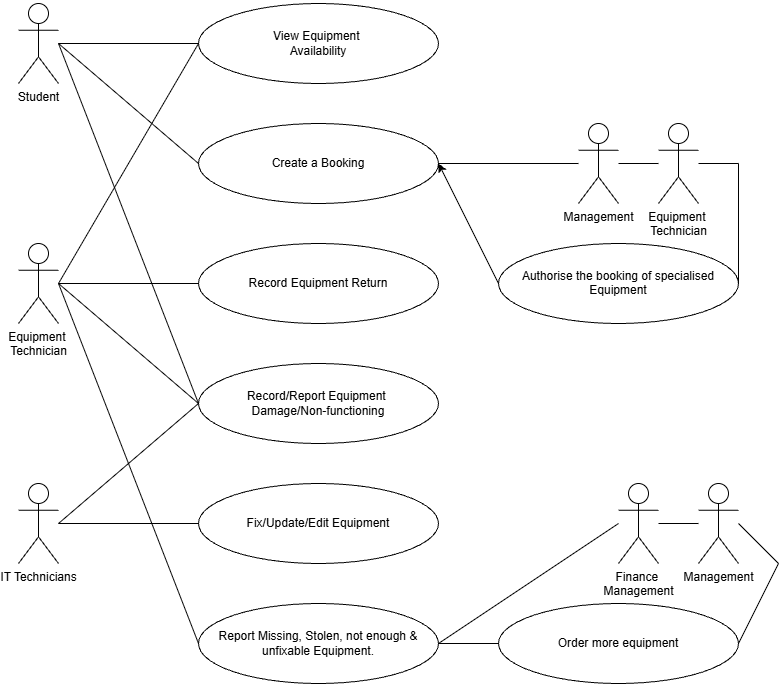
Brendan-OS/requirements-engineering-project keeps this draw.io diagram as Equipment-Booking-System-V2.png. Above is the earlier version. Source tidied: cells renumbered, new cells last; positions are measured from the earlier drawing's top-left corner, leaving out a move shared by most shapes.
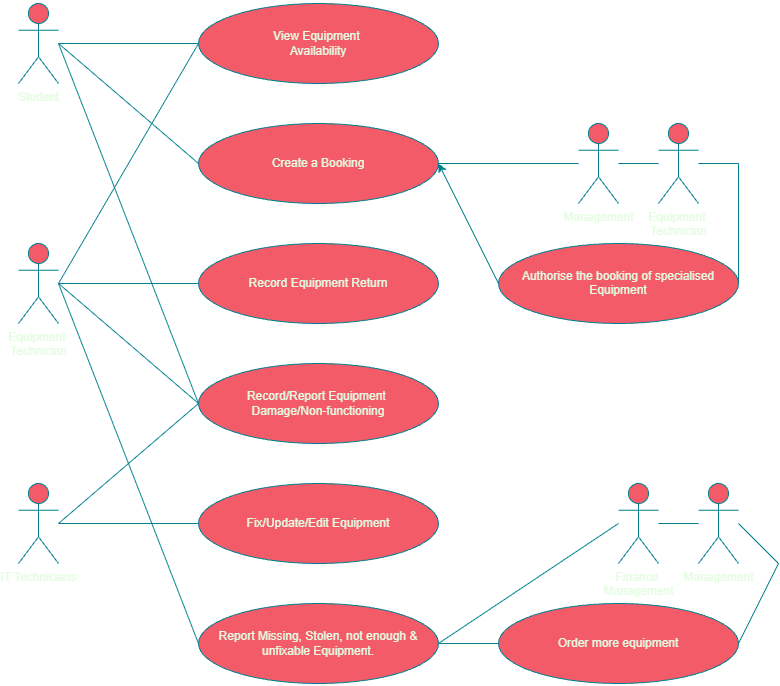
After the change.

The edit, as a diff of the source:
```diff
@@ -2,147 +2,147 @@
   <root>
     <mxCell id="0" />
     <mxCell id="1" parent="0" />
-    <mxCell id="2" value="Student" style="shape=umlActor;verticalLabelPosition=bottom;verticalAlign=top;html=1;" parent="1" vertex="1">
+    <mxCell id="2" value="Student" style="shape=umlActor;verticalLabelPosition=bottom;verticalAlign=top;html=1;labelBackgroundColor=none;fillColor=#F45B69;strokeColor=#028090;fontColor=#E4FDE1;" parent="1" vertex="1">
       <mxGeometry width="40" height="80" as="geometry" />
     </mxCell>
-    <mxCell id="3" value="Equipment&amp;nbsp;&lt;div&gt;Technician&lt;/div&gt;" style="shape=umlActor;verticalLabelPosition=bottom;verticalAlign=top;html=1;" parent="1" vertex="1">
+    <mxCell id="3" value="Equipment&amp;nbsp;&lt;div&gt;Technician&lt;/div&gt;" style="shape=umlActor;verticalLabelPosition=bottom;verticalAlign=top;html=1;labelBackgroundColor=none;fillColor=#F45B69;strokeColor=#028090;fontColor=#E4FDE1;" parent="1" vertex="1">
       <mxGeometry y="240" width="40" height="80" as="geometry" />
     </mxCell>
-    <mxCell id="4" value="&lt;div&gt;&lt;br&gt;&lt;/div&gt;&lt;div&gt;&lt;br&gt;&lt;/div&gt;&lt;div&gt;View Equipment&amp;nbsp;&lt;/div&gt;&lt;div&gt;Availability&lt;/div&gt;" style="ellipse;whiteSpace=wrap;html=1;shapeInside=1;" parent="1" vertex="1">
+    <mxCell id="4" value="&lt;div&gt;&lt;br&gt;&lt;/div&gt;&lt;div&gt;&lt;br&gt;&lt;/div&gt;&lt;div&gt;View Equipment&amp;nbsp;&lt;/div&gt;&lt;div&gt;Availability&lt;/div&gt;" style="ellipse;whiteSpace=wrap;html=1;shapeInside=1;labelBackgroundColor=none;fillColor=#F45B69;strokeColor=#028090;fontColor=#E4FDE1;" parent="1" vertex="1">
       <mxGeometry x="180" width="240" height="80" as="geometry" />
     </mxCell>
-    <mxCell id="5" value="&lt;div&gt;&lt;br&gt;&lt;/div&gt;&lt;div&gt;&lt;br&gt;&lt;/div&gt;&lt;div&gt;Create a Booking&lt;/div&gt;" style="ellipse;whiteSpace=wrap;html=1;shapeInside=1;" parent="1" vertex="1">
+    <mxCell id="5" value="&lt;div&gt;&lt;br&gt;&lt;/div&gt;&lt;div&gt;&lt;br&gt;&lt;/div&gt;&lt;div&gt;Create a Booking&lt;/div&gt;" style="ellipse;whiteSpace=wrap;html=1;shapeInside=1;labelBackgroundColor=none;fillColor=#F45B69;strokeColor=#028090;fontColor=#E4FDE1;" parent="1" vertex="1">
       <mxGeometry x="180" y="120" width="240" height="80" as="geometry" />
     </mxCell>
-    <mxCell id="6" value="&lt;div&gt;&lt;br&gt;&lt;/div&gt;&lt;div&gt;&lt;br&gt;&lt;/div&gt;&lt;div&gt;Record Equipment Return&lt;/div&gt;" style="ellipse;whiteSpace=wrap;html=1;shapeInside=1;" parent="1" vertex="1">
+    <mxCell id="6" value="&lt;div&gt;&lt;br&gt;&lt;/div&gt;&lt;div&gt;&lt;br&gt;&lt;/div&gt;&lt;div&gt;Record Equipment Return&lt;/div&gt;" style="ellipse;whiteSpace=wrap;html=1;shapeInside=1;labelBackgroundColor=none;fillColor=#F45B69;strokeColor=#028090;fontColor=#E4FDE1;" parent="1" vertex="1">
       <mxGeometry x="180" y="240" width="240" height="80" as="geometry" />
     </mxCell>
-    <mxCell id="7" style="endArrow=none;html=1;rounded=0;entryX=0;entryY=0.5;entryDx=0;entryDy=0;" parent="1" edge="1" target="4">
+    <mxCell id="7" style="endArrow=none;html=1;rounded=0;entryX=0;entryY=0.5;entryDx=0;entryDy=0;labelBackgroundColor=none;strokeColor=#028090;fontColor=default;" parent="1" edge="1" target="4">
       <mxGeometry relative="1" as="geometry">
         <mxPoint x="40" y="40" as="sourcePoint" />
       </mxGeometry>
     </mxCell>
-    <mxCell id="8" style="endArrow=none;html=1;rounded=0;entryX=0;entryY=0.5;entryDx=0;entryDy=0;" parent="1" edge="1" target="6">
+    <mxCell id="8" style="endArrow=none;html=1;rounded=0;entryX=0;entryY=0.5;entryDx=0;entryDy=0;labelBackgroundColor=none;strokeColor=#028090;fontColor=default;" parent="1" edge="1" target="6">
       <mxGeometry relative="1" as="geometry">
         <mxPoint x="40" y="280" as="sourcePoint" />
       </mxGeometry>
     </mxCell>
-    <mxCell id="9" style="endArrow=none;html=1;rounded=0;entryX=0;entryY=0.5;entryDx=0;entryDy=0;" parent="1" edge="1" target="4">
+    <mxCell id="9" style="endArrow=none;html=1;rounded=0;entryX=0;entryY=0.5;entryDx=0;entryDy=0;labelBackgroundColor=none;strokeColor=#028090;fontColor=default;" parent="1" edge="1" target="4">
       <mxGeometry relative="1" as="geometry">
         <mxPoint x="40" y="280" as="sourcePoint" />
       </mxGeometry>
     </mxCell>
-    <mxCell id="10" style="endArrow=none;html=1;rounded=0;" parent="1" edge="1">
+    <mxCell id="10" style="endArrow=none;html=1;rounded=0;labelBackgroundColor=none;strokeColor=#028090;fontColor=default;" parent="1" edge="1">
       <mxGeometry relative="1" as="geometry">
         <mxPoint x="40" y="40" as="sourcePoint" />
         <mxPoint x="180" y="160" as="targetPoint" />
       </mxGeometry>
     </mxCell>
-    <mxCell id="11" value="IT Technicians" style="shape=umlActor;verticalLabelPosition=bottom;verticalAlign=top;html=1;" parent="1" vertex="1">
+    <mxCell id="11" value="IT Technicians" style="shape=umlActor;verticalLabelPosition=bottom;verticalAlign=top;html=1;labelBackgroundColor=none;fillColor=#F45B69;strokeColor=#028090;fontColor=#E4FDE1;" parent="1" vertex="1">
       <mxGeometry y="480" width="40" height="80" as="geometry" />
     </mxCell>
-    <mxCell id="12" value="&lt;div&gt;&lt;br&gt;&lt;/div&gt;&lt;div&gt;&lt;br&gt;&lt;/div&gt;&lt;div&gt;Record/Report Equipment&amp;nbsp;&lt;/div&gt;&lt;div&gt;Damage/Non-functioning&lt;/div&gt;" style="ellipse;whiteSpace=wrap;html=1;shapeInside=1;" parent="1" vertex="1">
+    <mxCell id="12" value="&lt;div&gt;&lt;br&gt;&lt;/div&gt;&lt;div&gt;&lt;br&gt;&lt;/div&gt;&lt;div&gt;Record/Report Equipment&amp;nbsp;&lt;/div&gt;&lt;div&gt;Damage/Non-functioning&lt;/div&gt;" style="ellipse;whiteSpace=wrap;html=1;shapeInside=1;labelBackgroundColor=none;fillColor=#F45B69;strokeColor=#028090;fontColor=#E4FDE1;" parent="1" vertex="1">
       <mxGeometry x="180" y="360" width="240" height="80" as="geometry" />
     </mxCell>
-    <mxCell id="13" value="&lt;div&gt;&lt;br&gt;&lt;/div&gt;&lt;div&gt;&lt;br&gt;&lt;/div&gt;&lt;div&gt;Fix/Update/Edit Equipment&lt;/div&gt;" style="ellipse;whiteSpace=wrap;html=1;shapeInside=1;" parent="1" vertex="1">
+    <mxCell id="13" value="&lt;div&gt;&lt;br&gt;&lt;/div&gt;&lt;div&gt;&lt;br&gt;&lt;/div&gt;&lt;div&gt;Fix/Update/Edit Equipment&lt;/div&gt;" style="ellipse;whiteSpace=wrap;html=1;shapeInside=1;labelBackgroundColor=none;fillColor=#F45B69;strokeColor=#028090;fontColor=#E4FDE1;" parent="1" vertex="1">
       <mxGeometry x="180" y="480" width="240" height="80" as="geometry" />
     </mxCell>
-    <mxCell id="14" style="endArrow=none;html=1;rounded=0;" parent="1" edge="1">
+    <mxCell id="14" style="endArrow=none;html=1;rounded=0;labelBackgroundColor=none;strokeColor=#028090;fontColor=default;" parent="1" edge="1">
       <mxGeometry relative="1" as="geometry">
         <mxPoint x="180" y="400" as="sourcePoint" />
         <mxPoint x="40" y="280" as="targetPoint" />
       </mxGeometry>
     </mxCell>
-    <mxCell id="15" style="endArrow=none;html=1;rounded=0;" parent="1" edge="1">
+    <mxCell id="15" style="endArrow=none;html=1;rounded=0;labelBackgroundColor=none;strokeColor=#028090;fontColor=default;" parent="1" edge="1">
       <mxGeometry relative="1" as="geometry">
         <mxPoint x="40" y="520" as="sourcePoint" />
         <mxPoint x="180" y="400" as="targetPoint" />
       </mxGeometry>
     </mxCell>
-    <mxCell id="16" style="endArrow=none;html=1;rounded=0;" parent="1" edge="1">
+    <mxCell id="16" style="endArrow=none;html=1;rounded=0;labelBackgroundColor=none;strokeColor=#028090;fontColor=default;" parent="1" edge="1">
       <mxGeometry relative="1" as="geometry">
         <mxPoint x="180" y="520" as="sourcePoint" />
         <mxPoint x="40" y="520" as="targetPoint" />
       </mxGeometry>
     </mxCell>
-    <mxCell id="17" value="&lt;div&gt;&lt;br&gt;&lt;/div&gt;&lt;div&gt;&lt;br&gt;&lt;/div&gt;&lt;div&gt;Report Missing, Stolen, not enough &amp;amp; unfixable Equipment.&lt;/div&gt;&lt;div&gt;&lt;br&gt;&lt;/div&gt;&lt;div&gt;&lt;br&gt;&lt;/div&gt;" style="ellipse;whiteSpace=wrap;html=1;shapeInside=1;" parent="1" vertex="1">
+    <mxCell id="17" value="&lt;div&gt;&lt;br&gt;&lt;/div&gt;&lt;div&gt;&lt;br&gt;&lt;/div&gt;&lt;div&gt;Report Missing, Stolen, not enough &amp;amp; unfixable Equipment.&lt;/div&gt;&lt;div&gt;&lt;br&gt;&lt;/div&gt;&lt;div&gt;&lt;br&gt;&lt;/div&gt;" style="ellipse;whiteSpace=wrap;html=1;shapeInside=1;labelBackgroundColor=none;fillColor=#F45B69;strokeColor=#028090;fontColor=#E4FDE1;" parent="1" vertex="1">
       <mxGeometry x="180" y="600" width="240" height="80" as="geometry" />
     </mxCell>
-    <mxCell id="18" value="&lt;div&gt;&lt;br&gt;&lt;/div&gt;&lt;div&gt;&lt;br&gt;&lt;/div&gt;&lt;div&gt;Order more equipment&lt;/div&gt;&lt;div&gt;&lt;br&gt;&lt;/div&gt;&lt;div&gt;&lt;br&gt;&lt;/div&gt;" style="ellipse;whiteSpace=wrap;html=1;shapeInside=1;" parent="1" vertex="1">
+    <mxCell id="18" value="&lt;div&gt;&lt;br&gt;&lt;/div&gt;&lt;div&gt;&lt;br&gt;&lt;/div&gt;&lt;div&gt;Order more equipment&lt;/div&gt;&lt;div&gt;&lt;br&gt;&lt;/div&gt;&lt;div&gt;&lt;br&gt;&lt;/div&gt;" style="ellipse;whiteSpace=wrap;html=1;shapeInside=1;labelBackgroundColor=none;fillColor=#F45B69;strokeColor=#028090;fontColor=#E4FDE1;" parent="1" vertex="1">
       <mxGeometry x="480" y="600" width="240" height="80" as="geometry" />
     </mxCell>
-    <mxCell id="19" style="endArrow=none;html=1;rounded=0;entryX=0;entryY=0.5;entryDx=0;entryDy=0;" parent="1" edge="1" target="17">
+    <mxCell id="19" style="endArrow=none;html=1;rounded=0;entryX=0;entryY=0.5;entryDx=0;entryDy=0;labelBackgroundColor=none;strokeColor=#028090;fontColor=default;" parent="1" edge="1" target="17">
       <mxGeometry relative="1" as="geometry">
         <mxPoint x="40" y="280" as="sourcePoint" />
       </mxGeometry>
     </mxCell>
-    <mxCell id="20" style="endArrow=none;html=1;rounded=0;entryX=0;entryY=0.5;entryDx=0;entryDy=0;" parent="1" edge="1" target="18">
+    <mxCell id="20" style="endArrow=none;html=1;rounded=0;entryX=0;entryY=0.5;entryDx=0;entryDy=0;labelBackgroundColor=none;strokeColor=#028090;fontColor=default;" parent="1" edge="1" target="18">
       <mxGeometry relative="1" as="geometry">
         <mxPoint x="420" y="640" as="sourcePoint" />
       </mxGeometry>
     </mxCell>
-    <mxCell id="21" value="Management" style="shape=umlActor;verticalLabelPosition=bottom;verticalAlign=top;html=1;outlineConnect=0;" parent="1" vertex="1">
+    <mxCell id="21" value="Management" style="shape=umlActor;verticalLabelPosition=bottom;verticalAlign=top;html=1;outlineConnect=0;labelBackgroundColor=none;fillColor=#F45B69;strokeColor=#028090;fontColor=#E4FDE1;" parent="1" vertex="1">
       <mxGeometry x="680" y="480" width="40" height="80" as="geometry" />
     </mxCell>
-    <mxCell id="22" style="endArrow=none;html=1;rounded=0;" parent="1" edge="1">
+    <mxCell id="22" style="endArrow=none;html=1;rounded=0;labelBackgroundColor=none;strokeColor=#028090;fontColor=default;" parent="1" edge="1">
       <mxGeometry relative="1" as="geometry">
         <mxPoint x="720" y="640" as="sourcePoint" />
         <mxPoint x="760" y="560" as="targetPoint" />
       </mxGeometry>
     </mxCell>
-    <mxCell id="23" style="endArrow=none;html=1;rounded=0;" parent="1" edge="1">
+    <mxCell id="23" style="endArrow=none;html=1;rounded=0;labelBackgroundColor=none;strokeColor=#028090;fontColor=default;" parent="1" edge="1">
       <mxGeometry relative="1" as="geometry">
         <mxPoint x="760" y="560" as="sourcePoint" />
         <mxPoint x="720" y="520" as="targetPoint" />
       </mxGeometry>
     </mxCell>
-    <mxCell id="24" value="&lt;br&gt;Authorise the booking of specialised Equipment&lt;br&gt;&lt;br&gt;&lt;div&gt;&lt;br/&gt;&lt;/div&gt;" style="ellipse;whiteSpace=wrap;html=1;shapeInside=1;" parent="1" vertex="1">
+    <mxCell id="24" value="&lt;br&gt;Authorise the booking of specialised Equipment&lt;br&gt;&lt;br&gt;&lt;div&gt;&lt;br/&gt;&lt;/div&gt;" style="ellipse;whiteSpace=wrap;html=1;shapeInside=1;labelBackgroundColor=none;fillColor=#F45B69;strokeColor=#028090;fontColor=#E4FDE1;" parent="1" vertex="1">
       <mxGeometry x="480" y="240" width="240" height="80" as="geometry" />
     </mxCell>
-    <mxCell id="25" style="endArrow=none;html=1;rounded=0;" parent="1" edge="1" target="26">
+    <mxCell id="25" style="endArrow=none;html=1;rounded=0;labelBackgroundColor=none;strokeColor=#028090;fontColor=default;" parent="1" edge="1" target="26">
       <mxGeometry relative="1" as="geometry">
         <mxPoint x="420" y="160" as="sourcePoint" />
       </mxGeometry>
     </mxCell>
-    <mxCell id="26" value="Management" style="shape=umlActor;verticalLabelPosition=bottom;verticalAlign=top;html=1;outlineConnect=0;" parent="1" vertex="1">
+    <mxCell id="26" value="Management" style="shape=umlActor;verticalLabelPosition=bottom;verticalAlign=top;html=1;outlineConnect=0;labelBackgroundColor=none;fillColor=#F45B69;strokeColor=#028090;fontColor=#E4FDE1;" parent="1" vertex="1">
       <mxGeometry x="560" y="120" width="40" height="80" as="geometry" />
     </mxCell>
-    <mxCell id="27" value="Equipment&amp;nbsp;&lt;div&gt;Technician&lt;/div&gt;" style="shape=umlActor;verticalLabelPosition=bottom;verticalAlign=top;html=1;outlineConnect=0;" parent="1" vertex="1">
+    <mxCell id="27" value="Equipment&amp;nbsp;&lt;div&gt;Technician&lt;/div&gt;" style="shape=umlActor;verticalLabelPosition=bottom;verticalAlign=top;html=1;outlineConnect=0;labelBackgroundColor=none;fillColor=#F45B69;strokeColor=#028090;fontColor=#E4FDE1;" parent="1" vertex="1">
       <mxGeometry x="640" y="120" width="40" height="80" as="geometry" />
     </mxCell>
-    <mxCell id="28" style="endArrow=none;html=1;rounded=0;" parent="1" edge="1" target="27">
+    <mxCell id="28" style="endArrow=none;html=1;rounded=0;labelBackgroundColor=none;strokeColor=#028090;fontColor=default;" parent="1" edge="1" target="27">
       <mxGeometry relative="1" as="geometry">
         <mxPoint x="600" y="160" as="sourcePoint" />
       </mxGeometry>
     </mxCell>
-    <mxCell id="29" style="endArrow=none;html=1;rounded=0;" parent="1" edge="1">
+    <mxCell id="29" style="endArrow=none;html=1;rounded=0;labelBackgroundColor=none;strokeColor=#028090;fontColor=default;" parent="1" edge="1">
       <mxGeometry relative="1" as="geometry">
         <mxPoint x="720" y="280" as="sourcePoint" />
         <mxPoint x="720" y="160" as="targetPoint" />
       </mxGeometry>
     </mxCell>
-    <mxCell id="30" style="endArrow=none;html=1;rounded=0;" parent="1" edge="1" target="27">
+    <mxCell id="30" style="endArrow=none;html=1;rounded=0;labelBackgroundColor=none;strokeColor=#028090;fontColor=default;" parent="1" edge="1" target="27">
       <mxGeometry relative="1" as="geometry">
         <mxPoint x="720" y="160" as="sourcePoint" />
       </mxGeometry>
     </mxCell>
-    <mxCell id="31" style="endArrow=classic;html=1;rounded=0;entryX=1;entryY=0.5;entryDx=0;entryDy=0;" parent="1" edge="1" target="5">
+    <mxCell id="31" style="endArrow=classic;html=1;rounded=0;entryX=1;entryY=0.5;entryDx=0;entryDy=0;labelBackgroundColor=none;strokeColor=#028090;fontColor=default;" parent="1" edge="1" target="5">
       <mxGeometry relative="1" as="geometry">
         <mxPoint x="480" y="280" as="sourcePoint" />
       </mxGeometry>
     </mxCell>
-    <mxCell id="32" style="endArrow=none;html=1;rounded=0;exitX=0;exitY=0.5;exitDx=0;exitDy=0;" parent="1" edge="1" source="12">
+    <mxCell id="32" style="endArrow=none;html=1;rounded=0;exitX=0;exitY=0.5;exitDx=0;exitDy=0;labelBackgroundColor=none;strokeColor=#028090;fontColor=default;" parent="1" edge="1" source="12">
       <mxGeometry relative="1" as="geometry">
         <mxPoint x="40" y="40" as="targetPoint" />
       </mxGeometry>
     </mxCell>
-    <mxCell id="33" value="Finance&amp;nbsp;&lt;div&gt;Management&lt;/div&gt;" style="shape=umlActor;verticalLabelPosition=bottom;verticalAlign=top;html=1;outlineConnect=0;" parent="1" vertex="1">
+    <mxCell id="33" value="Finance&amp;nbsp;&lt;div&gt;Management&lt;/div&gt;" style="shape=umlActor;verticalLabelPosition=bottom;verticalAlign=top;html=1;outlineConnect=0;labelBackgroundColor=none;fillColor=#F45B69;strokeColor=#028090;fontColor=#E4FDE1;" parent="1" vertex="1">
       <mxGeometry x="600" y="480" width="40" height="80" as="geometry" />
     </mxCell>
-    <mxCell id="34" style="endArrow=none;html=1;rounded=0;" parent="1" edge="1" source="21" target="33">
+    <mxCell id="34" style="endArrow=none;html=1;rounded=0;labelBackgroundColor=none;strokeColor=#028090;fontColor=default;" parent="1" edge="1" source="21" target="33">
       <mxGeometry relative="1" as="geometry" />
     </mxCell>
-    <mxCell id="35" style="endArrow=none;html=1;rounded=0;" parent="1" edge="1">
+    <mxCell id="35" style="endArrow=none;html=1;rounded=0;labelBackgroundColor=none;strokeColor=#028090;fontColor=default;" parent="1" edge="1">
       <mxGeometry relative="1" as="geometry">
         <mxPoint x="420" y="640" as="sourcePoint" />
         <mxPoint x="600" y="520" as="targetPoint" />
```
